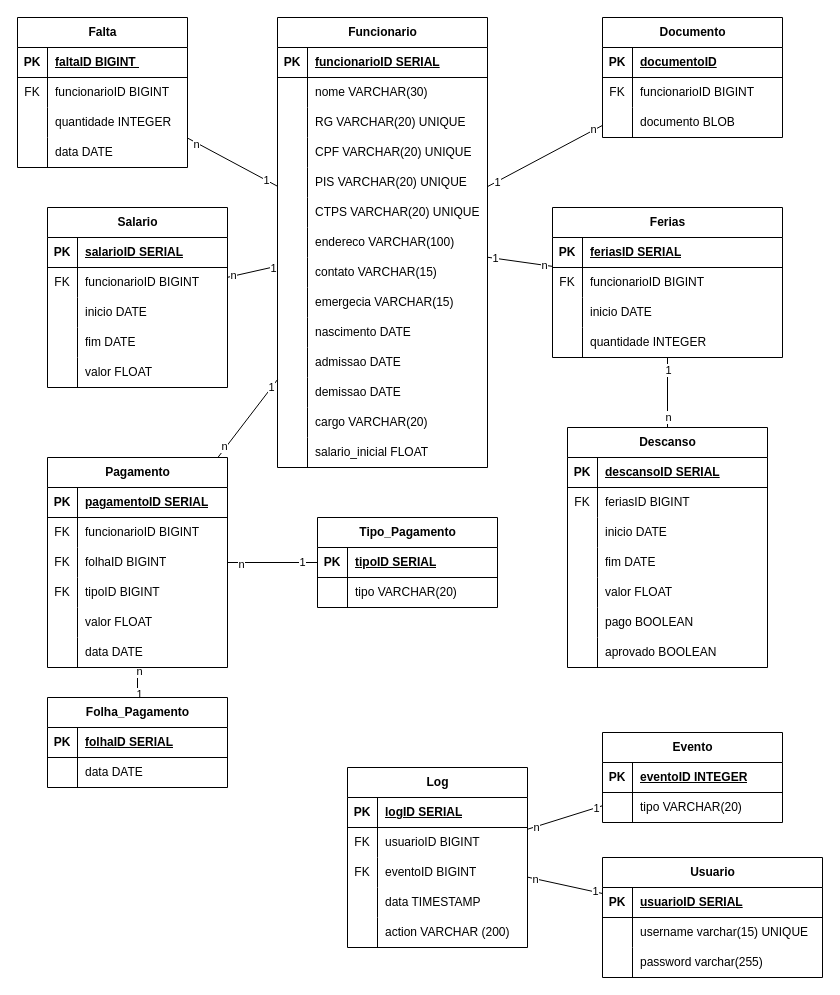
The draw.io diagram Primeiro Semestre/Entidade_Relacional.drawio in Lucas-RDV/TCC, before the edit. Source tidied: cells renumbered, new cells numbered last; positions are measured from the earlier drawing's top-left corner, leaving out a move shared by most shapes. Both pictures are drawn from the tidied source at 100%, with x=0, y=0 at pixel (17, 17).
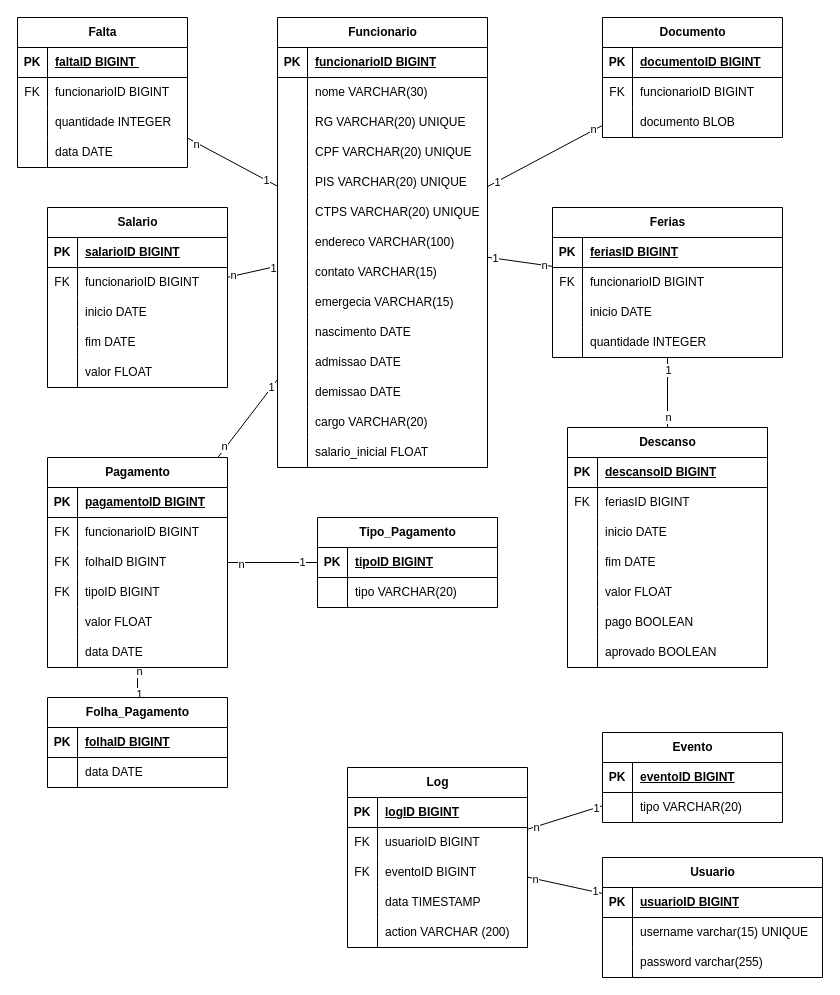
After the change.

Commit message (it also covers changes not shown here):
diagramas finalizados finalmente

The change refers to these unchanged cells:
```xml
<mxCell id="6" style="shape=tableRow;horizontal=0;startSize=0;swimlaneHead=0;swimlaneBody=0;fillColor=none;top=0;left=0;right=0;bottom=1;" parent="5" vertex="1">
  <mxGeometry y="30" width="220" height="30" as="geometry" />
</mxCell>
<mxCell id="16" style="shape=tableRow;horizontal=0;startSize=0;swimlaneHead=0;swimlaneBody=0;fillColor=none;top=0;left=0;right=0;bottom=1;" parent="15" vertex="1">
  <mxGeometry y="30" width="210" height="30" as="geometry" />
</mxCell>
<mxCell id="62" style="shape=tableRow;horizontal=0;startSize=0;swimlaneHead=0;swimlaneBody=0;fillColor=none;top=0;left=0;right=0;bottom=1;" parent="61" vertex="1">
  <mxGeometry y="30" width="180" height="30" as="geometry" />
</mxCell>
<mxCell id="78" style="shape=tableRow;horizontal=0;startSize=0;swimlaneHead=0;swimlaneBody=0;fillColor=none;top=0;left=0;right=0;bottom=1;" parent="77" vertex="1">
  <mxGeometry y="30" width="200" height="30" as="geometry" />
</mxCell>
<mxCell id="103" style="shape=tableRow;horizontal=0;startSize=0;swimlaneHead=0;swimlaneBody=0;fillColor=none;top=0;left=0;right=0;bottom=1;" parent="102" vertex="1">
  <mxGeometry y="30" width="230" height="30" as="geometry" />
</mxCell>
<mxCell id="132" style="shape=tableRow;horizontal=0;startSize=0;swimlaneHead=0;swimlaneBody=0;fillColor=none;top=0;left=0;right=0;bottom=1;" parent="131" vertex="1">
  <mxGeometry y="30" width="180" height="30" as="geometry" />
</mxCell>
<mxCell id="154" style="shape=tableRow;horizontal=0;startSize=0;swimlaneHead=0;swimlaneBody=0;fillColor=none;top=0;left=0;right=0;bottom=1;" parent="153" vertex="1">
  <mxGeometry y="30" width="180" height="30" as="geometry" />
</mxCell>
<mxCell id="161" style="shape=tableRow;horizontal=0;startSize=0;swimlaneHead=0;swimlaneBody=0;fillColor=none;top=0;left=0;right=0;bottom=1;" parent="160" vertex="1">
  <mxGeometry y="30" width="180" height="30" as="geometry" />
</mxCell>
<mxCell id="183" style="shape=tableRow;horizontal=0;startSize=0;swimlaneHead=0;swimlaneBody=0;fillColor=none;top=0;left=0;right=0;bottom=1;" parent="182" vertex="1">
  <mxGeometry y="30" width="180" height="30" as="geometry" />
</mxCell>
<mxCell id="190" style="shape=tableRow;horizontal=0;startSize=0;swimlaneHead=0;swimlaneBody=0;fillColor=none;top=0;left=0;right=0;bottom=1;" parent="189" vertex="1">
  <mxGeometry y="30" width="180" height="30" as="geometry" />
</mxCell>
<mxCell id="209" style="shape=tableRow;horizontal=0;startSize=0;swimlaneHead=0;swimlaneBody=0;fillColor=none;top=0;left=0;right=0;bottom=1;" parent="208" vertex="1">
  <mxGeometry y="30" width="180" height="30" as="geometry" />
</mxCell>
```

Change to the diagram source:
```diff
@@
-    <mxCell id="8" value="usuarioID SERIAL" style="shape=partialRectangle;fillColor=none;top=0;left=0;bottom=0;right=0;align=left;spacingLeft=6;fontStyle=5;overflow=hidden;whiteSpace=wrap;html=1;" parent="6" vertex="1">
+    <mxCell id="8" value="usuarioID BIGINT" style="shape=partialRectangle;fillColor=none;top=0;left=0;bottom=0;right=0;align=left;spacingLeft=6;fontStyle=5;overflow=hidden;whiteSpace=wrap;html=1;" parent="6" vertex="1">
       <mxGeometry x="30" width="190" height="30" as="geometry" />
     </mxCell>
@@
-    <mxCell id="18" value="funcionarioID SERIAL" style="shape=partialRectangle;fillColor=none;top=0;left=0;bottom=0;right=0;align=left;spacingLeft=6;fontStyle=5;overflow=hidden;whiteSpace=wrap;html=1;" parent="16" vertex="1">
+    <mxCell id="18" value="funcionarioID BIGINT" style="shape=partialRectangle;fillColor=none;top=0;left=0;bottom=0;right=0;align=left;spacingLeft=6;fontStyle=5;overflow=hidden;whiteSpace=wrap;html=1;" parent="16" vertex="1">
       <mxGeometry x="30" width="180" height="30" as="geometry" />
     </mxCell>
@@
-    <mxCell id="64" value="salarioID SERIAL" style="shape=partialRectangle;fillColor=none;top=0;left=0;bottom=0;right=0;align=left;spacingLeft=6;fontStyle=5;overflow=hidden;whiteSpace=wrap;html=1;" parent="62" vertex="1">
+    <mxCell id="64" value="salarioID BIGINT" style="shape=partialRectangle;fillColor=none;top=0;left=0;bottom=0;right=0;align=left;spacingLeft=6;fontStyle=5;overflow=hidden;whiteSpace=wrap;html=1;" parent="62" vertex="1">
       <mxGeometry x="30" width="150" height="30" as="geometry" />
     </mxCell>
@@
-    <mxCell id="80" value="descansoID SERIAL" style="shape=partialRectangle;fillColor=none;top=0;left=0;bottom=0;right=0;align=left;spacingLeft=6;fontStyle=5;overflow=hidden;whiteSpace=wrap;html=1;" parent="78" vertex="1">
+    <mxCell id="80" value="descansoID BIGINT" style="shape=partialRectangle;fillColor=none;top=0;left=0;bottom=0;right=0;align=left;spacingLeft=6;fontStyle=5;overflow=hidden;whiteSpace=wrap;html=1;" parent="78" vertex="1">
       <mxGeometry x="30" width="170" height="30" as="geometry" />
     </mxCell>
@@
-    <mxCell id="105" value="feriasID SERIAL" style="shape=partialRectangle;fillColor=none;top=0;left=0;bottom=0;right=0;align=left;spacingLeft=6;fontStyle=5;overflow=hidden;whiteSpace=wrap;html=1;" parent="103" vertex="1">
+    <mxCell id="105" value="feriasID BIGINT" style="shape=partialRectangle;fillColor=none;top=0;left=0;bottom=0;right=0;align=left;spacingLeft=6;fontStyle=5;overflow=hidden;whiteSpace=wrap;html=1;" parent="103" vertex="1">
       <mxGeometry x="30" width="200" height="30" as="geometry" />
     </mxCell>
@@
-    <mxCell id="134" value="documentoID" style="shape=partialRectangle;fillColor=none;top=0;left=0;bottom=0;right=0;align=left;spacingLeft=6;fontStyle=5;overflow=hidden;whiteSpace=wrap;html=1;" parent="132" vertex="1">
+    <mxCell id="134" value="documentoID BIGINT" style="shape=partialRectangle;fillColor=none;top=0;left=0;bottom=0;right=0;align=left;spacingLeft=6;fontStyle=5;overflow=hidden;whiteSpace=wrap;html=1;" parent="132" vertex="1">
       <mxGeometry x="30" width="150" height="30" as="geometry" />
     </mxCell>
@@
-    <mxCell id="156" value="eventoID INTEGER" style="shape=partialRectangle;fillColor=none;top=0;left=0;bottom=0;right=0;align=left;spacingLeft=6;fontStyle=5;overflow=hidden;whiteSpace=wrap;html=1;" parent="154" vertex="1">
+    <mxCell id="156" value="eventoID BIGINT" style="shape=partialRectangle;fillColor=none;top=0;left=0;bottom=0;right=0;align=left;spacingLeft=6;fontStyle=5;overflow=hidden;whiteSpace=wrap;html=1;" parent="154" vertex="1">
       <mxGeometry x="30" width="150" height="30" as="geometry" />
     </mxCell>
@@
-    <mxCell id="163" value="logID SERIAL" style="shape=partialRectangle;fillColor=none;top=0;left=0;bottom=0;right=0;align=left;spacingLeft=6;fontStyle=5;overflow=hidden;whiteSpace=wrap;html=1;" parent="161" vertex="1">
+    <mxCell id="163" value="logID BIGINT" style="shape=partialRectangle;fillColor=none;top=0;left=0;bottom=0;right=0;align=left;spacingLeft=6;fontStyle=5;overflow=hidden;whiteSpace=wrap;html=1;" parent="161" vertex="1">
       <mxGeometry x="30" width="150" height="30" as="geometry" />
     </mxCell>
@@
-    <mxCell id="185" value="folhaID SERIAL" style="shape=partialRectangle;fillColor=none;top=0;left=0;bottom=0;right=0;align=left;spacingLeft=6;fontStyle=5;overflow=hidden;whiteSpace=wrap;html=1;" parent="183" vertex="1">
+    <mxCell id="185" value="folhaID BIGINT" style="shape=partialRectangle;fillColor=none;top=0;left=0;bottom=0;right=0;align=left;spacingLeft=6;fontStyle=5;overflow=hidden;whiteSpace=wrap;html=1;" parent="183" vertex="1">
       <mxGeometry x="30" width="150" height="30" as="geometry" />
     </mxCell>
@@
-    <mxCell id="192" value="pagamentoID SERIAL" style="shape=partialRectangle;fillColor=none;top=0;left=0;bottom=0;right=0;align=left;spacingLeft=6;fontStyle=5;overflow=hidden;whiteSpace=wrap;html=1;" parent="190" vertex="1">
+    <mxCell id="192" value="pagamentoID BIGINT" style="shape=partialRectangle;fillColor=none;top=0;left=0;bottom=0;right=0;align=left;spacingLeft=6;fontStyle=5;overflow=hidden;whiteSpace=wrap;html=1;" parent="190" vertex="1">
       <mxGeometry x="30" width="150" height="30" as="geometry" />
     </mxCell>
@@
-    <mxCell id="211" value="tipoID SERIAL" style="shape=partialRectangle;fillColor=none;top=0;left=0;bottom=0;right=0;align=left;spacingLeft=6;fontStyle=5;overflow=hidden;whiteSpace=wrap;html=1;" parent="209" vertex="1">
+    <mxCell id="211" value="tipoID BIGINT" style="shape=partialRectangle;fillColor=none;top=0;left=0;bottom=0;right=0;align=left;spacingLeft=6;fontStyle=5;overflow=hidden;whiteSpace=wrap;html=1;" parent="209" vertex="1">
       <mxGeometry x="30" width="150" height="30" as="geometry" />
     </mxCell>
```
